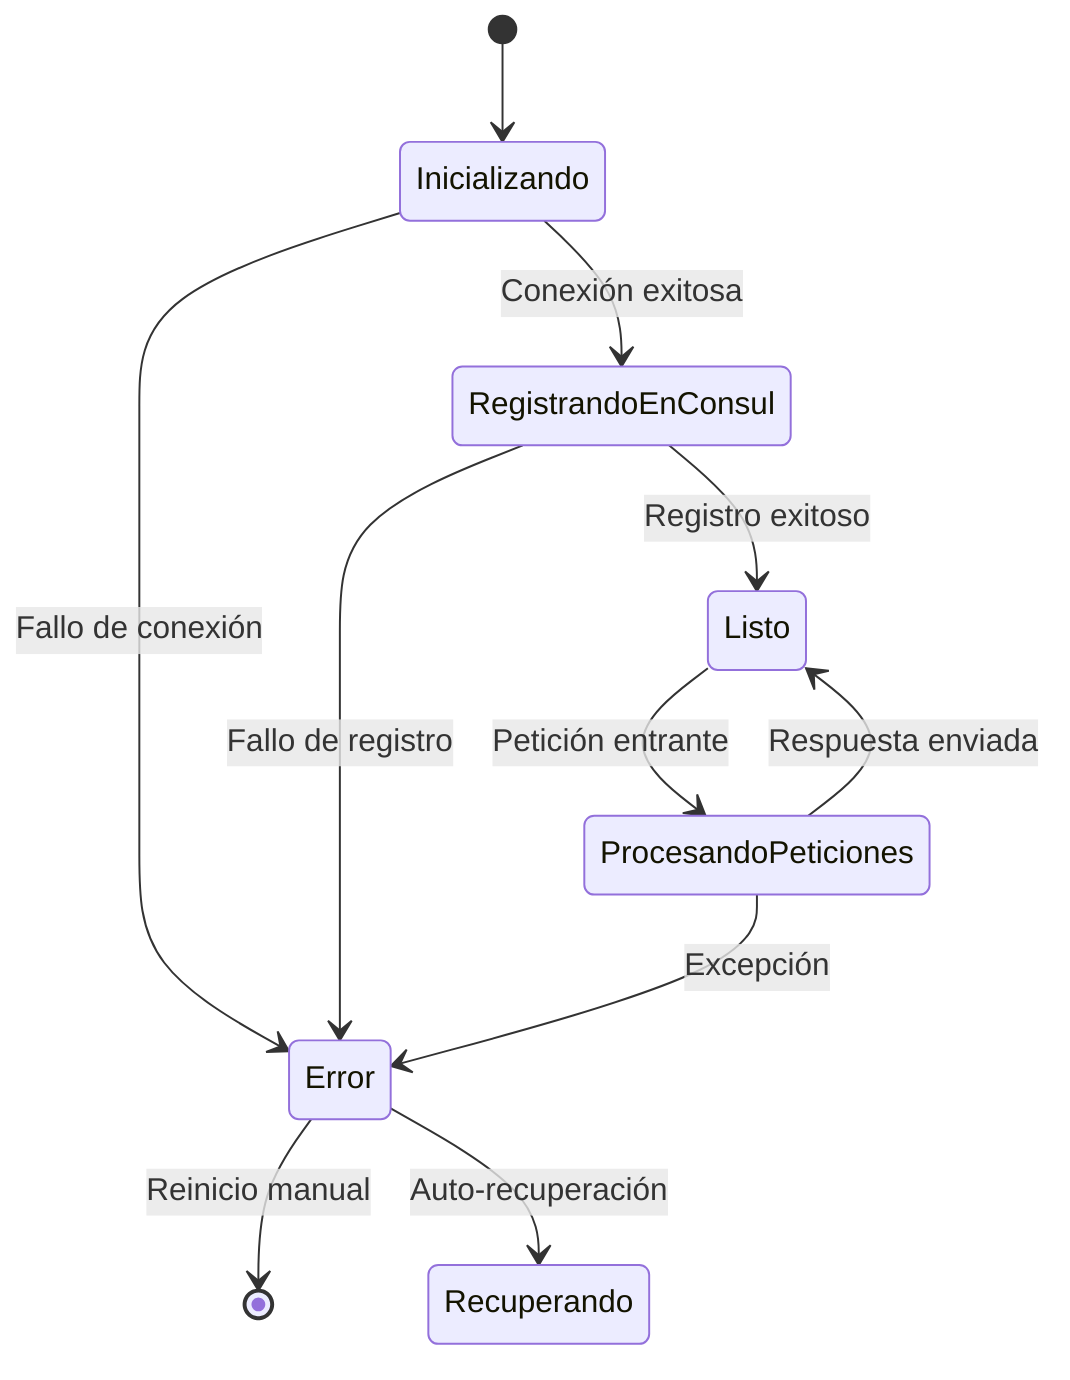
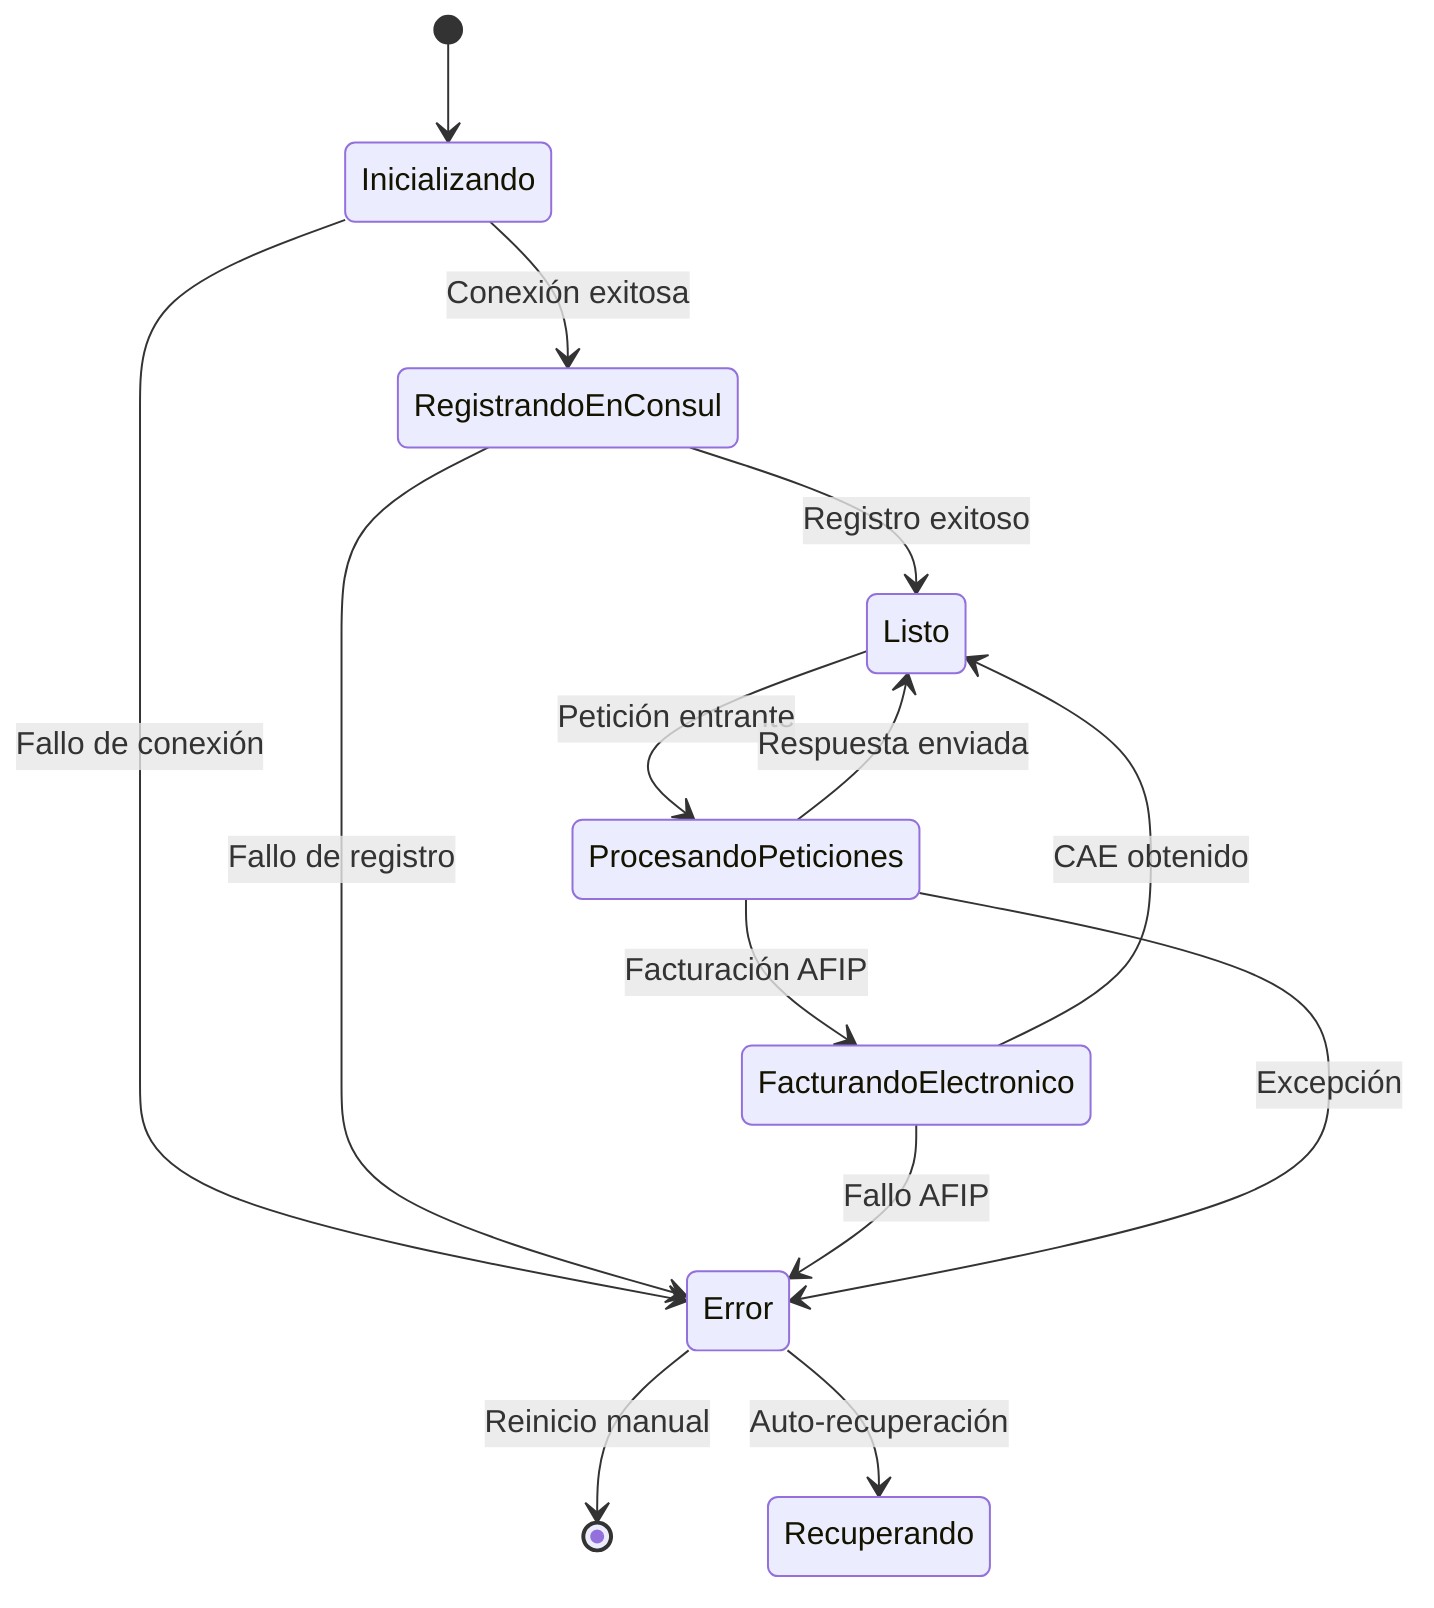
stateDiagram-v2
    [*] --> Inicializando
    Inicializando --> RegistrandoEnConsul: Conexión exitosa
    Inicializando --> Error: Fallo de conexión
    RegistrandoEnConsul --> Listo: Registro exitoso
    RegistrandoEnConsul --> Error: Fallo de registro
    Listo --> ProcesandoPeticiones: Petición entrante
    ProcesandoPeticiones --> Listo: Respuesta enviada
+     ProcesandoPeticiones --> FacturandoElectronico: Facturación AFIP
+     FacturandoElectronico --> Listo: CAE obtenido
+     FacturandoElectronico --> Error: Fallo AFIP
    ProcesandoPeticiones --> Error: Excepción
    Error --> [*]: Reinicio manual
-     Error --> Recuperando: Auto-recuperación
+     Error --> Recuperando: Auto-recuperación